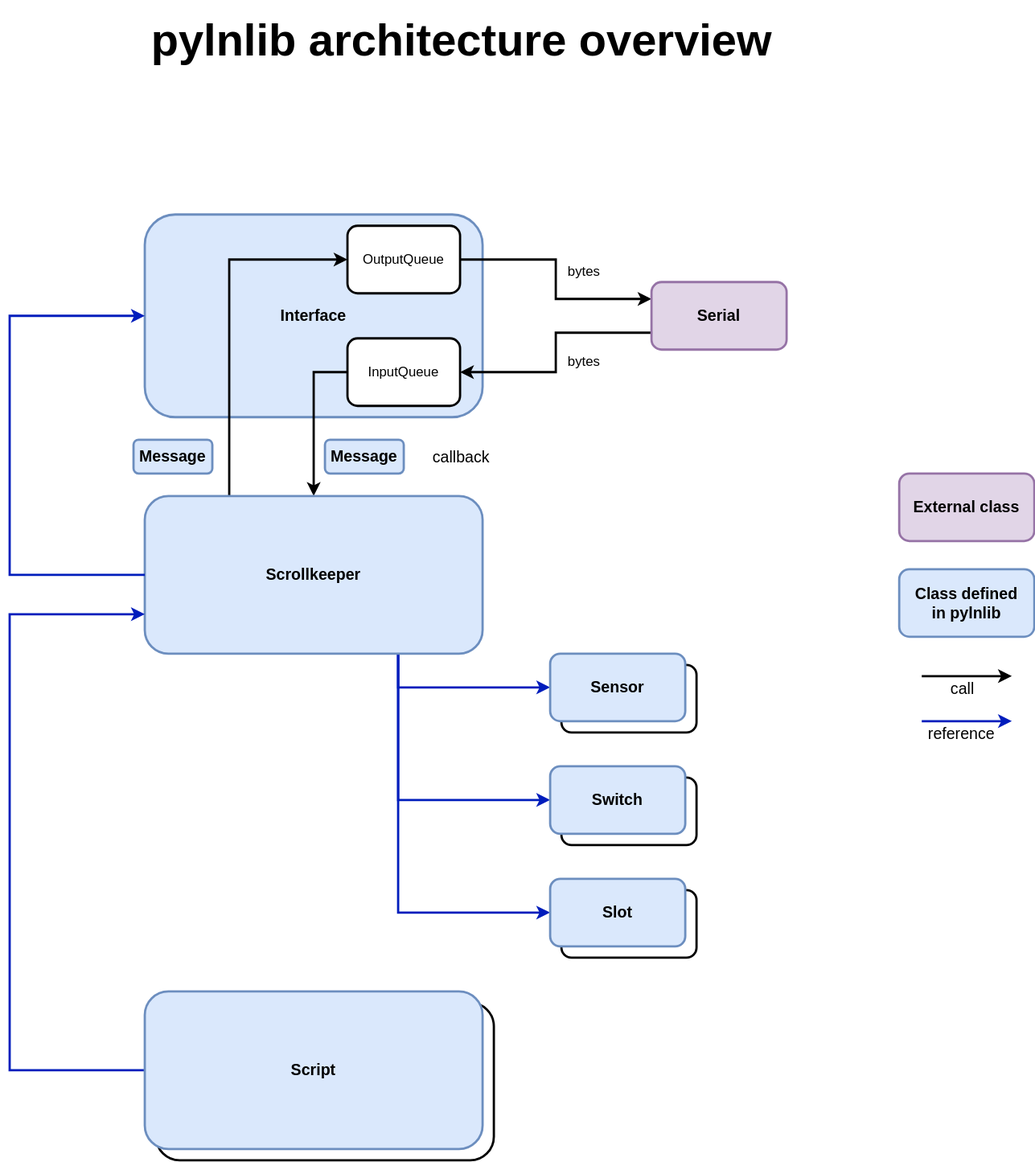
Before: drawings/pylnlib.drawio.svg, a diagram exported from draw.io (varkenvarken/pylnlib). Source tidied: cells renumbered, new cells last; positions are measured from the earlier drawing's top-left corner, leaving out a move shared by most shapes.
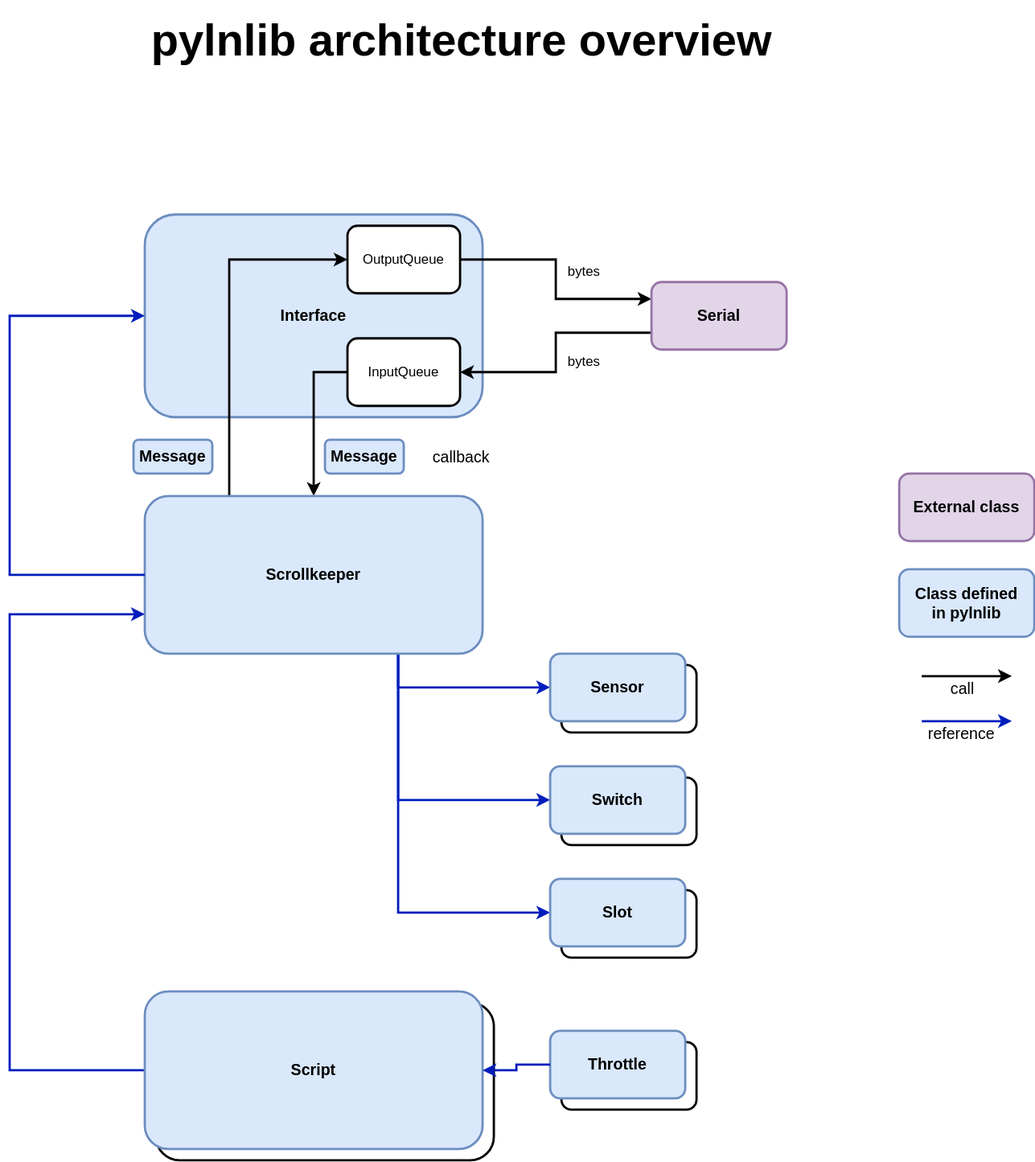
Above is the later version.

Commit message:
Throttle class

What changed in the source:
```diff
@@ -124,5 +124,14 @@
         </Array>
       </mxGeometry>
     </mxCell>
+    <mxCell id="36" value="Script" style="rounded=1;whiteSpace=wrap;html=1;fontStyle=1;fontSize=14;strokeWidth=2;" parent="1" vertex="1">
+      <mxGeometry x="490" y="925" width="120" height="60" as="geometry" />
+    </mxCell>
+    <mxCell id="37" value="Throttle" style="rounded=1;whiteSpace=wrap;html=1;fontStyle=1;fontSize=14;strokeWidth=2;fillColor=#dae8fc;strokeColor=#6c8ebf;" parent="1" vertex="1">
+      <mxGeometry x="480" y="915" width="120" height="60" as="geometry" />
+    </mxCell>
+    <mxCell id="38" style="edgeStyle=orthogonalEdgeStyle;rounded=0;jettySize=auto;html=1;exitX=0;exitY=0.5;exitDx=0;exitDy=0;entryX=1;entryY=0.5;entryDx=0;entryDy=0;strokeWidth=2;fillColor=#0050ef;strokeColor=#001DBC;" parent="1" edge="1" source="37" target="27">
+      <mxGeometry relative="1" as="geometry" />
+    </mxCell>
   </root>
 </mxGraphModel>
```
